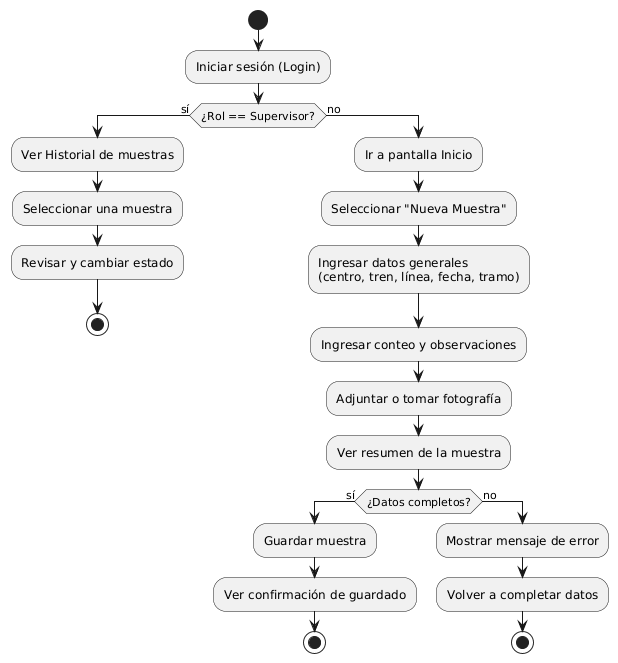
This is docs/diseno/flujo-usuario-uml.png from valeFSG/Documentacion-AcuiMuestra, a PlantUML export, as it was before one commit.
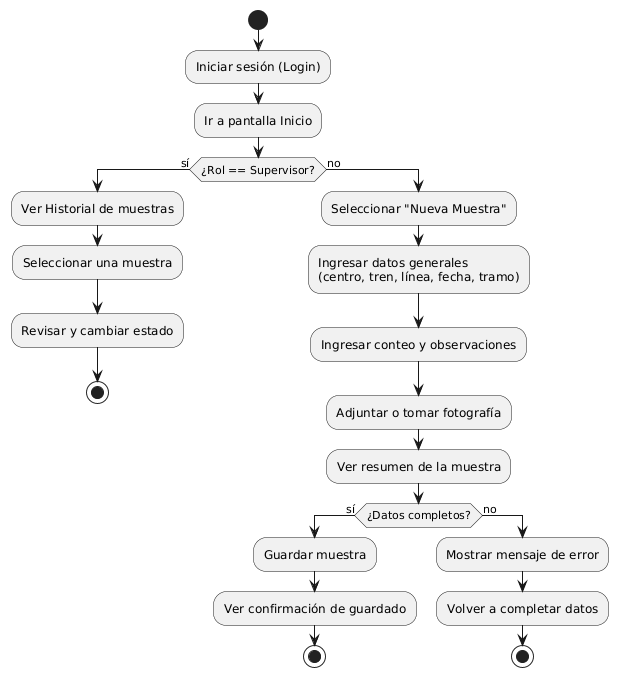
After the change.

Commit message:
Arreglo de UML

Diff of the diagram source:
```diff
@@ -1,13 +1,13 @@
 @startuml
 start
 :Iniciar sesión (Login);
+:Ir a pantalla Inicio;
 if (¿Rol == Supervisor?) then (sí)
   :Ver Historial de muestras;
   :Seleccionar una muestra;
   :Revisar y cambiar estado;
   stop
 else (no)
-  :Ir a pantalla Inicio;
   :Seleccionar "Nueva Muestra";
   :Ingresar datos generales\n(centro, tren, línea, fecha, tramo);
   :Ingresar conteo y observaciones;
```
